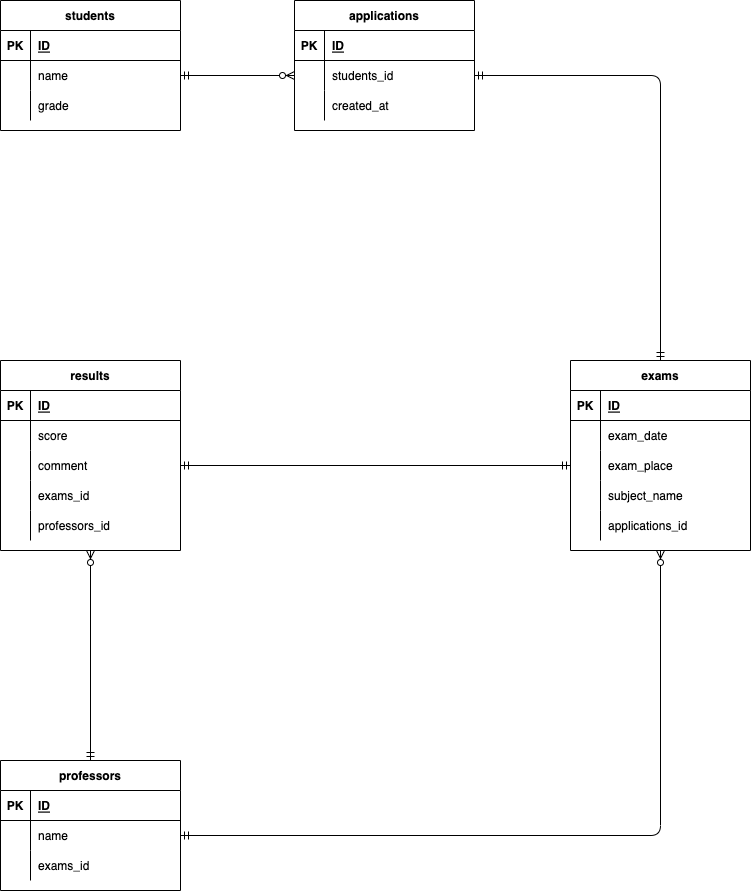
The draw.io diagram index.drawio.png in im-yonggi/database, before a commit. Source tidied: cells renumbered, new cells last; positions are measured from the earlier drawing's top-left corner, leaving out a move shared by most shapes.
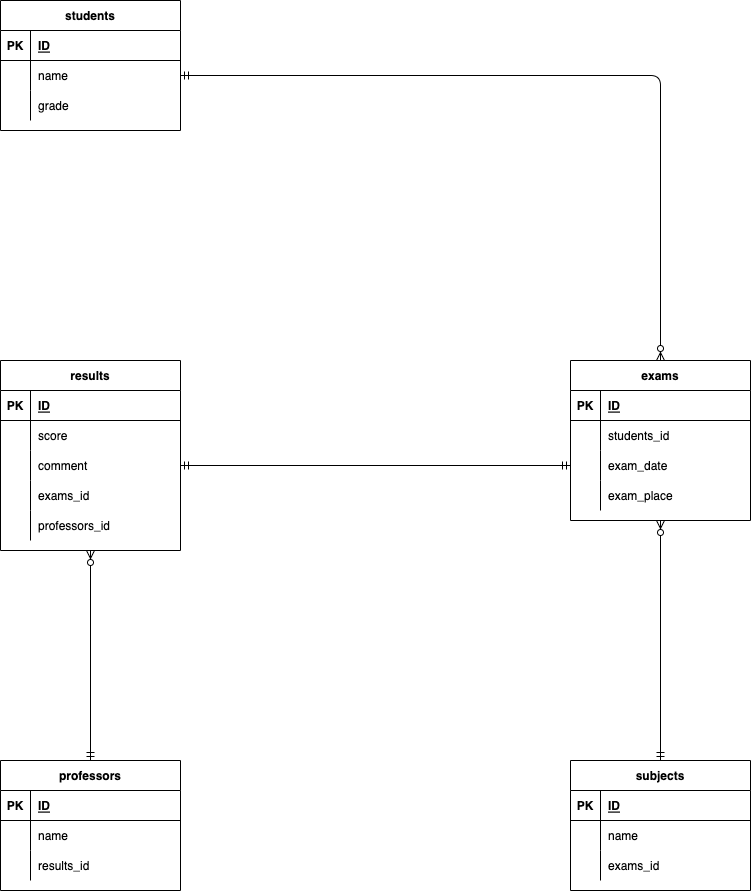
The same diagram one commit later.

Commit message:
third submit

The edit, as a diff of the source:
```diff
@@ -59,41 +59,11 @@
     <mxCell id="20" style="shape=partialRectangle;fillColor=none;top=0;left=0;bottom=0;right=0;overflow=hidden;" parent="19" vertex="1">
       <mxGeometry width="30" height="30" as="geometry" />
     </mxCell>
-    <mxCell id="21" value="exams_id" style="shape=partialRectangle;fillColor=none;top=0;left=0;bottom=0;right=0;align=left;spacingLeft=6;overflow=hidden;" parent="19" vertex="1">
+    <mxCell id="21" value="results_id" style="shape=partialRectangle;fillColor=none;top=0;left=0;bottom=0;right=0;align=left;spacingLeft=6;overflow=hidden;" parent="19" vertex="1">
       <mxGeometry x="30" width="150" height="30" as="geometry" />
     </mxCell>
-    <mxCell id="22" value="applications" style="shape=table;startSize=30;rowLines=0;fontStyle=1;align=center;" parent="1" vertex="1">
-      <mxGeometry x="294" width="180" height="130" as="geometry" />
-    </mxCell>
-    <mxCell id="23" style="shape=partialRectangle;fillColor=none;top=0;left=0;bottom=1;right=0;" parent="22" vertex="1">
-      <mxGeometry y="30" width="180" height="30" as="geometry" />
-    </mxCell>
-    <mxCell id="24" value="PK" style="shape=partialRectangle;fillColor=none;top=0;left=0;bottom=0;right=0;fontStyle=1;overflow=hidden;" parent="23" vertex="1">
-      <mxGeometry width="30" height="30" as="geometry" />
-    </mxCell>
-    <mxCell id="25" value="ID" style="shape=partialRectangle;fillColor=none;top=0;left=0;bottom=0;right=0;align=left;spacingLeft=6;fontStyle=5;overflow=hidden;" parent="23" vertex="1">
-      <mxGeometry x="30" width="150" height="30" as="geometry" />
-    </mxCell>
-    <mxCell id="26" style="shape=partialRectangle;fillColor=none;top=0;left=0;bottom=0;right=0;points=[[0,0.5],[1,0.5]];portConstraint=eastwest;" parent="22" vertex="1">
-      <mxGeometry y="60" width="180" height="30" as="geometry" />
-    </mxCell>
-    <mxCell id="27" style="shape=partialRectangle;fillColor=none;top=0;left=0;bottom=0;right=0;overflow=hidden;" parent="26" vertex="1">
-      <mxGeometry width="30" height="30" as="geometry" />
-    </mxCell>
-    <mxCell id="28" value="students_id" style="shape=partialRectangle;fillColor=none;top=0;left=0;bottom=0;right=0;align=left;spacingLeft=6;overflow=hidden;" parent="26" vertex="1">
-      <mxGeometry x="30" width="150" height="30" as="geometry" />
-    </mxCell>
-    <mxCell id="29" style="shape=partialRectangle;fillColor=none;top=0;left=0;bottom=0;right=0;" parent="22" vertex="1">
-      <mxGeometry y="90" width="180" height="30" as="geometry" />
-    </mxCell>
-    <mxCell id="30" style="shape=partialRectangle;fillColor=none;top=0;left=0;bottom=0;right=0;overflow=hidden;" parent="29" vertex="1">
-      <mxGeometry width="30" height="30" as="geometry" />
-    </mxCell>
-    <mxCell id="31" value="created_at" style="shape=partialRectangle;fillColor=none;top=0;left=0;bottom=0;right=0;align=left;spacingLeft=6;overflow=hidden;" parent="29" vertex="1">
-      <mxGeometry x="30" width="150" height="30" as="geometry" />
-    </mxCell>
     <mxCell id="32" value="exams" style="shape=table;startSize=30;rowLines=0;fontStyle=1;align=center;" parent="1" vertex="1">
-      <mxGeometry x="570" y="360" width="180" height="190" as="geometry" />
+      <mxGeometry x="570" y="360" width="180" height="160" as="geometry" />
     </mxCell>
     <mxCell id="33" style="shape=partialRectangle;fillColor=none;top=0;left=0;bottom=1;right=0;" parent="32" vertex="1">
       <mxGeometry y="30" width="180" height="30" as="geometry" />
@@ -110,11 +80,20 @@
     <mxCell id="37" style="shape=partialRectangle;fillColor=none;top=0;left=0;bottom=0;right=0;overflow=hidden;" parent="36" vertex="1">
       <mxGeometry width="30" height="30" as="geometry" />
     </mxCell>
-    <mxCell id="38" value="exam_date" style="shape=partialRectangle;fillColor=none;top=0;left=0;bottom=0;right=0;align=left;spacingLeft=6;overflow=hidden;" parent="36" vertex="1">
+    <mxCell id="38" value="students_id" style="shape=partialRectangle;fillColor=none;top=0;left=0;bottom=0;right=0;align=left;spacingLeft=6;overflow=hidden;" parent="36" vertex="1">
       <mxGeometry x="30" width="150" height="30" as="geometry" />
     </mxCell>
+    <mxCell id="69" style="shape=partialRectangle;fillColor=none;top=0;left=0;bottom=0;right=0;points=[[0,0.5],[1,0.5]];portConstraint=eastwest;" parent="32" vertex="1">
+      <mxGeometry y="90" width="180" height="30" as="geometry" />
+    </mxCell>
+    <mxCell id="70" style="shape=partialRectangle;fillColor=none;top=0;left=0;bottom=0;right=0;overflow=hidden;" parent="69" vertex="1">
+      <mxGeometry width="30" height="30" as="geometry" />
+    </mxCell>
+    <mxCell id="71" value="exam_date" style="shape=partialRectangle;fillColor=none;top=0;left=0;bottom=0;right=0;align=left;spacingLeft=6;overflow=hidden;" parent="69" vertex="1">
+      <mxGeometry x="30" width="150" height="30" as="geometry" />
+    </mxCell>
     <mxCell id="39" style="shape=partialRectangle;fillColor=none;top=0;left=0;bottom=0;right=0;points=[[0,0.5],[1,0.5]];portConstraint=eastwest;" parent="32" vertex="1">
-      <mxGeometry y="90" width="180" height="30" as="geometry" />
+      <mxGeometry y="120" width="180" height="30" as="geometry" />
     </mxCell>
     <mxCell id="40" style="shape=partialRectangle;fillColor=none;top=0;left=0;bottom=0;right=0;overflow=hidden;" parent="39" vertex="1">
       <mxGeometry width="30" height="30" as="geometry" />
@@ -122,24 +101,6 @@
     <mxCell id="41" value="exam_place" style="shape=partialRectangle;fillColor=none;top=0;left=0;bottom=0;right=0;align=left;spacingLeft=6;overflow=hidden;" parent="39" vertex="1">
       <mxGeometry x="30" width="150" height="30" as="geometry" />
     </mxCell>
-    <mxCell id="42" style="shape=partialRectangle;fillColor=none;top=0;left=0;bottom=0;right=0;" parent="32" vertex="1">
-      <mxGeometry y="120" width="180" height="30" as="geometry" />
-    </mxCell>
-    <mxCell id="43" style="shape=partialRectangle;fillColor=none;top=0;left=0;bottom=0;right=0;overflow=hidden;" parent="42" vertex="1">
-      <mxGeometry width="30" height="30" as="geometry" />
-    </mxCell>
-    <mxCell id="44" value="subject_name" style="shape=partialRectangle;fillColor=none;top=0;left=0;bottom=0;right=0;align=left;spacingLeft=6;overflow=hidden;" parent="42" vertex="1">
-      <mxGeometry x="30" width="150" height="30" as="geometry" />
-    </mxCell>
-    <mxCell id="45" style="shape=partialRectangle;fillColor=none;top=0;left=0;bottom=0;right=0;" parent="32" vertex="1">
-      <mxGeometry y="150" width="180" height="30" as="geometry" />
-    </mxCell>
-    <mxCell id="46" style="shape=partialRectangle;fillColor=none;top=0;left=0;bottom=0;right=0;overflow=hidden;" parent="45" vertex="1">
-      <mxGeometry width="30" height="30" as="geometry" />
-    </mxCell>
-    <mxCell id="47" value="applications_id" style="shape=partialRectangle;fillColor=none;top=0;left=0;bottom=0;right=0;align=left;spacingLeft=6;overflow=hidden;" parent="45" vertex="1">
-      <mxGeometry x="30" width="150" height="30" as="geometry" />
-    </mxCell>
     <mxCell id="48" value="results" style="shape=table;startSize=30;rowLines=0;fontStyle=1;align=center;" parent="1" vertex="1">
       <mxGeometry y="360" width="180" height="190" as="geometry" />
     </mxCell>
@@ -188,20 +149,47 @@
     <mxCell id="63" value="professors_id" style="shape=partialRectangle;fillColor=none;top=0;left=0;bottom=0;right=0;align=left;spacingLeft=6;overflow=hidden;" parent="61" vertex="1">
       <mxGeometry x="30" width="150" height="30" as="geometry" />
     </mxCell>
-    <mxCell id="64" style="fontSize=12;html=1;endArrow=ERzeroToMany;startArrow=ERmandOne;entryX=0;entryY=0.5;entryDx=0;entryDy=0;exitX=1;exitY=0.5;exitDx=0;exitDy=0;" parent="1" edge="1" source="6" target="26">
+    <mxCell id="64" style="fontSize=12;html=1;endArrow=ERzeroToMany;startArrow=ERmandOne;entryX=0.5;entryY=0;entryDx=0;entryDy=0;exitX=1;exitY=0.5;exitDx=0;exitDy=0;edgeStyle=orthogonalEdgeStyle;" parent="1" edge="1" source="6" target="32">
       <mxGeometry relative="1" as="geometry" />
     </mxCell>
-    <mxCell id="65" style="fontSize=12;html=1;endArrow=ERmandOne;startArrow=ERmandOne;exitX=1;exitY=0.5;exitDx=0;exitDy=0;entryX=0.5;entryY=0;entryDx=0;entryDy=0;edgeStyle=orthogonalEdgeStyle;" parent="1" edge="1" source="26" target="32">
-      <mxGeometry relative="1" as="geometry" />
-    </mxCell>
-    <mxCell id="66" style="fontSize=12;html=1;endArrow=ERmandOne;startArrow=ERmandOne;exitX=0;exitY=0.5;exitDx=0;exitDy=0;entryX=1;entryY=0.5;entryDx=0;entryDy=0;" parent="1" edge="1" source="39" target="55">
+    <mxCell id="66" style="fontSize=12;html=1;endArrow=ERmandOne;startArrow=ERmandOne;exitX=0;exitY=0.5;exitDx=0;exitDy=0;entryX=1;entryY=0.5;entryDx=0;entryDy=0;" parent="1" edge="1" source="69" target="55">
       <mxGeometry relative="1" as="geometry" />
     </mxCell>
     <mxCell id="67" style="fontSize=12;html=1;endArrow=ERzeroToMany;startArrow=ERmandOne;exitX=0.5;exitY=0;exitDx=0;exitDy=0;entryX=0.5;entryY=1;entryDx=0;entryDy=0;" parent="1" edge="1" source="12" target="48">
       <mxGeometry relative="1" as="geometry" />
     </mxCell>
-    <mxCell id="68" style="fontSize=12;html=1;endArrow=ERzeroToMany;startArrow=ERmandOne;exitX=1;exitY=0.5;exitDx=0;exitDy=0;entryX=0.5;entryY=1;entryDx=0;entryDy=0;edgeStyle=orthogonalEdgeStyle;" parent="1" edge="1" source="16" target="32">
-      <mxGeometry relative="1" as="geometry" />
-    </mxCell>
+    <mxCell id="72" value="subjects" style="shape=table;startSize=30;rowLines=0;fontStyle=1;align=center;" parent="1" vertex="1">
+      <mxGeometry x="570" y="760" width="180" height="130" as="geometry" />
+    </mxCell>
+    <mxCell id="23" style="shape=partialRectangle;fillColor=none;top=0;left=0;bottom=1;right=0;" parent="72" vertex="1">
+      <mxGeometry y="30" width="180" height="30" as="geometry" />
+    </mxCell>
+    <mxCell id="24" value="PK" style="shape=partialRectangle;fillColor=none;top=0;left=0;bottom=0;right=0;fontStyle=1;overflow=hidden;" parent="23" vertex="1">
+      <mxGeometry width="30" height="30" as="geometry" />
+    </mxCell>
+    <mxCell id="25" value="ID" style="shape=partialRectangle;fillColor=none;top=0;left=0;bottom=0;right=0;align=left;spacingLeft=6;fontStyle=5;overflow=hidden;" parent="23" vertex="1">
+      <mxGeometry x="30" width="150" height="30" as="geometry" />
+    </mxCell>
+    <mxCell id="26" style="shape=partialRectangle;fillColor=none;top=0;left=0;bottom=0;right=0;points=[[0,0.5],[1,0.5]];portConstraint=eastwest;" parent="72" vertex="1">
+      <mxGeometry y="60" width="180" height="30" as="geometry" />
+    </mxCell>
+    <mxCell id="73" style="shape=partialRectangle;fillColor=none;top=0;left=0;bottom=0;right=0;overflow=hidden;" parent="26" vertex="1">
+      <mxGeometry width="30" height="30" as="geometry" />
+    </mxCell>
+    <mxCell id="74" value="name" style="shape=partialRectangle;fillColor=none;top=0;left=0;bottom=0;right=0;align=left;spacingLeft=6;overflow=hidden;" parent="26" vertex="1">
+      <mxGeometry x="30" width="150" height="30" as="geometry" />
+    </mxCell>
+    <mxCell id="75" style="shape=partialRectangle;fillColor=none;top=0;left=0;bottom=0;right=0;" parent="72" vertex="1">
+      <mxGeometry y="90" width="180" height="30" as="geometry" />
+    </mxCell>
+    <mxCell id="76" style="shape=partialRectangle;fillColor=none;top=0;left=0;bottom=0;right=0;overflow=hidden;" parent="75" vertex="1">
+      <mxGeometry width="30" height="30" as="geometry" />
+    </mxCell>
+    <mxCell id="77" value="exams_id" style="shape=partialRectangle;fillColor=none;top=0;left=0;bottom=0;right=0;align=left;spacingLeft=6;overflow=hidden;" parent="75" vertex="1">
+      <mxGeometry x="30" width="150" height="30" as="geometry" />
+    </mxCell>
+    <mxCell id="78" style="fontSize=12;html=1;endArrow=ERzeroToMany;startArrow=ERmandOne;exitX=0.5;exitY=0;exitDx=0;exitDy=0;entryX=0.5;entryY=1;entryDx=0;entryDy=0;" parent="1" edge="1" source="72" target="32">
+      <mxGeometry relative="1" as="geometry" />
+    </mxCell>
   </root>
 </mxGraphModel>
```
